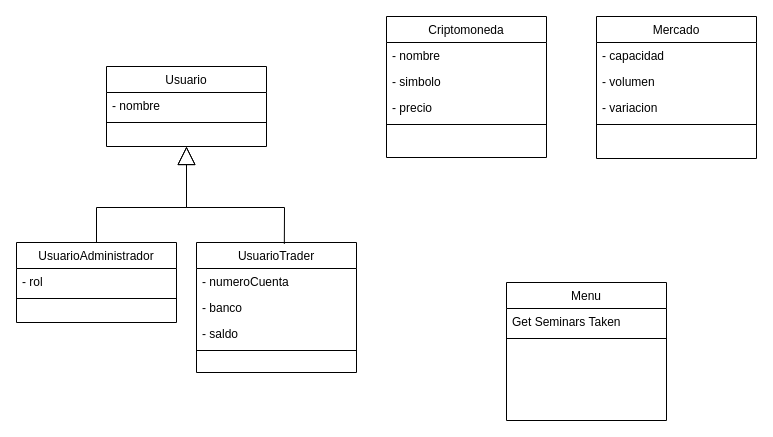
Above: TPParadigmas.drawio in DeeyJar/TPParadigmas (draw.io), before the change. Source tidied: cells renumbered, new cells numbered last; positions are measured from the earlier drawing's top-left corner, leaving out a move shared by most shapes. Both pictures are drawn from the tidied source at 100%, with x=0, y=0 at pixel (16, 16).
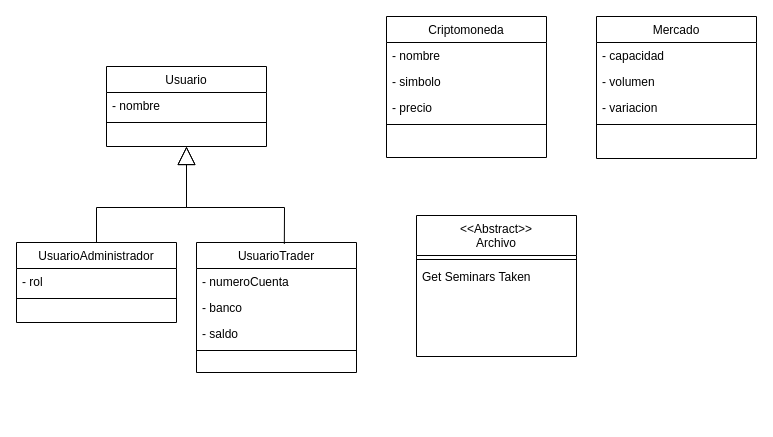
After the change.

Change to the diagram source:
```diff
@@
-    <mxCell id="7" value="Menu" style="swimlane;fontStyle=0;align=center;verticalAlign=top;horizontal=1;startSize=26;rounded=0;shadow=0;strokeWidth=1;" parent="1" vertex="1">
-      <mxGeometry x="490" y="266" width="160" height="138" as="geometry" />
+    <mxCell id="7" value="&lt;&lt;Abstract&gt;&gt;&#10;Archivo" style="swimlane;fontStyle=0;align=center;verticalAlign=top;horizontal=1;startSize=40;rounded=0;shadow=0;strokeWidth=1;" parent="1" vertex="1">
+      <mxGeometry x="400" y="199" width="160" height="141" as="geometry" />
     </mxCell>
+    <mxCell id="9" style="line;html=1;strokeWidth=1;align=left;verticalAlign=middle;spacingTop=-1;spacingLeft=3;spacingRight=3;labelPosition=right;" parent="7" vertex="1">
+      <mxGeometry y="40" width="160" height="8" as="geometry" />
+    </mxCell>
     <mxCell id="8" value="Get Seminars Taken" style="text;align=left;verticalAlign=top;spacingLeft=4;spacingRight=4;overflow=hidden;" parent="7" vertex="1">
-      <mxGeometry y="26" width="160" height="26" as="geometry" />
+      <mxGeometry y="48" width="160" height="26" as="geometry" />
     </mxCell>
-    <mxCell id="9" style="line;html=1;strokeWidth=1;align=left;verticalAlign=middle;spacingTop=-1;spacingLeft=3;spacingRight=3;labelPosition=right;" parent="7" vertex="1">
-      <mxGeometry y="52" width="160" height="8" as="geometry" />
-    </mxCell>
```
